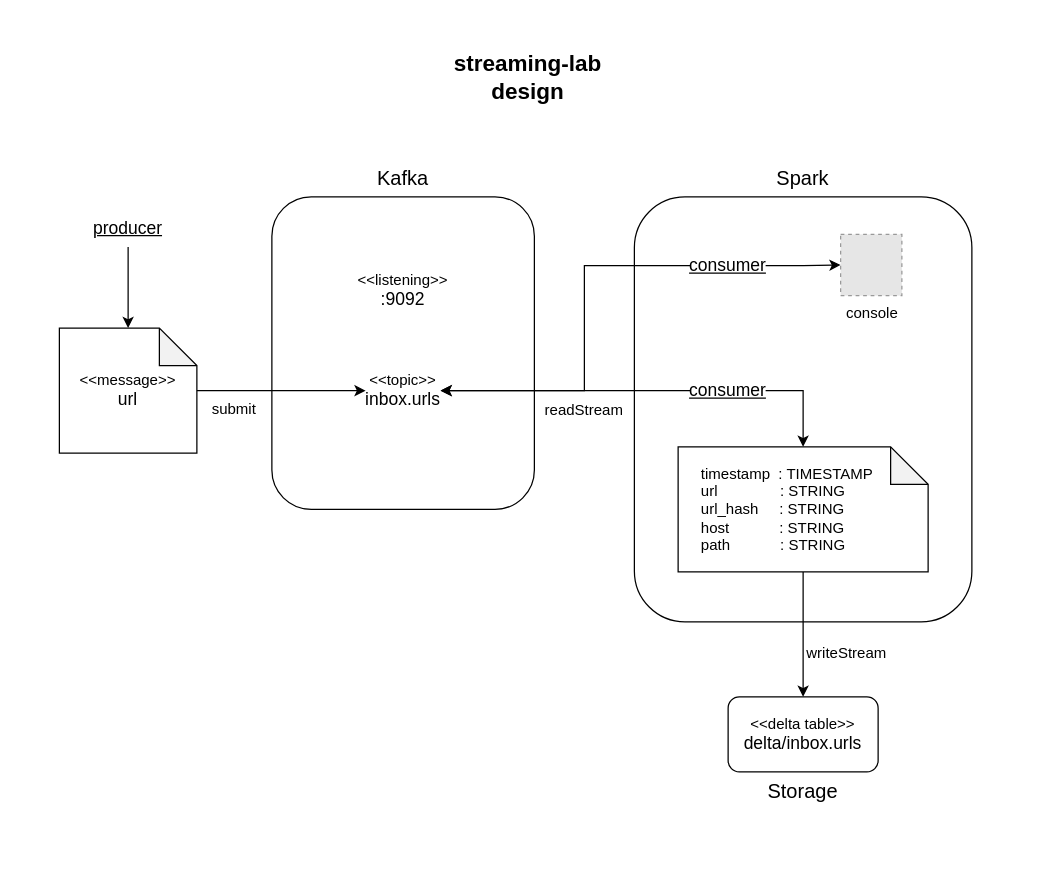
Earlier version of the draw.io diagram design.drawio.xml (InterruptSpeed/streaming-lab). Source tidied: cells renumbered, new cells numbered last; positions are measured from the earlier drawing's top-left corner, leaving out a move shared by most shapes. Both pictures are drawn from the tidied source at 125%, with x=0, y=0 at pixel (59, 59). Pictures stored in the file or linked from it are replaced by grey dashed boxes.
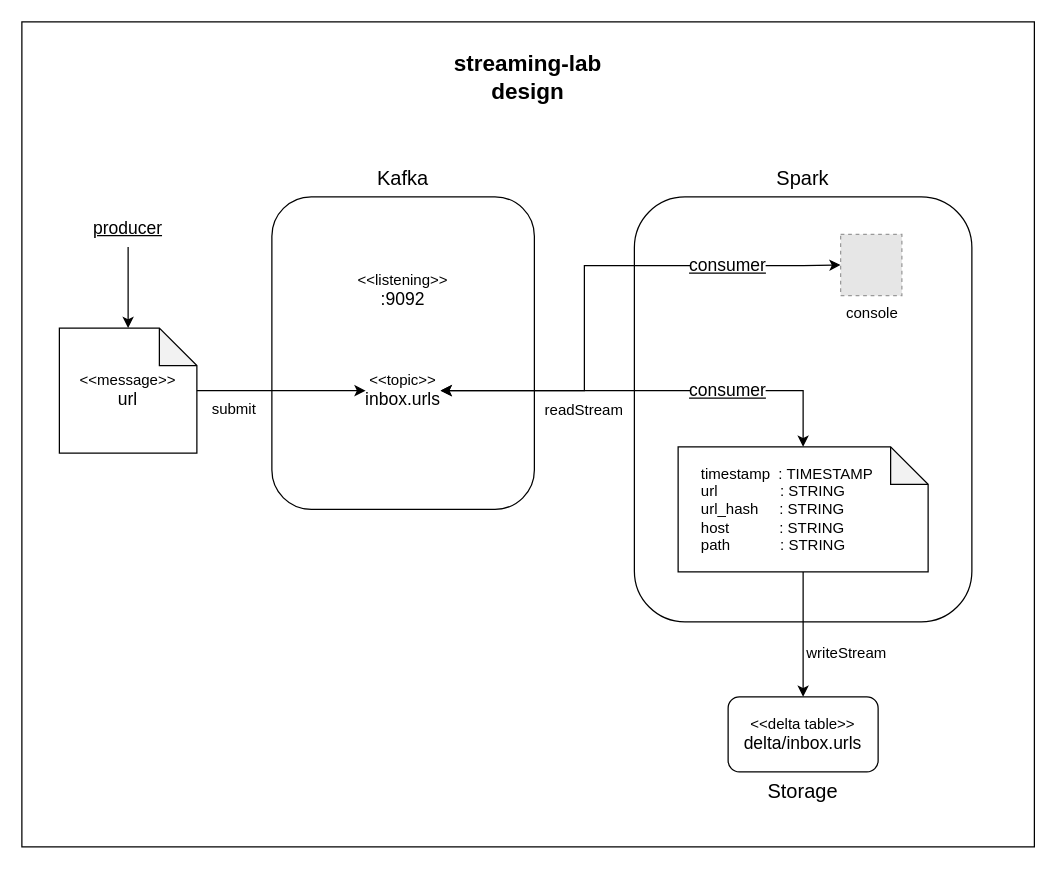
Above is the later version.

Diff of the diagram source:
```diff
@@
+    <mxCell id="27" style="rounded=0;whiteSpace=wrap;html=1;fontSize=18;align=center;" parent="1" vertex="1">
+      <mxGeometry x="-30" y="-30" width="810" height="660" as="geometry" />
+    </mxCell>
```
